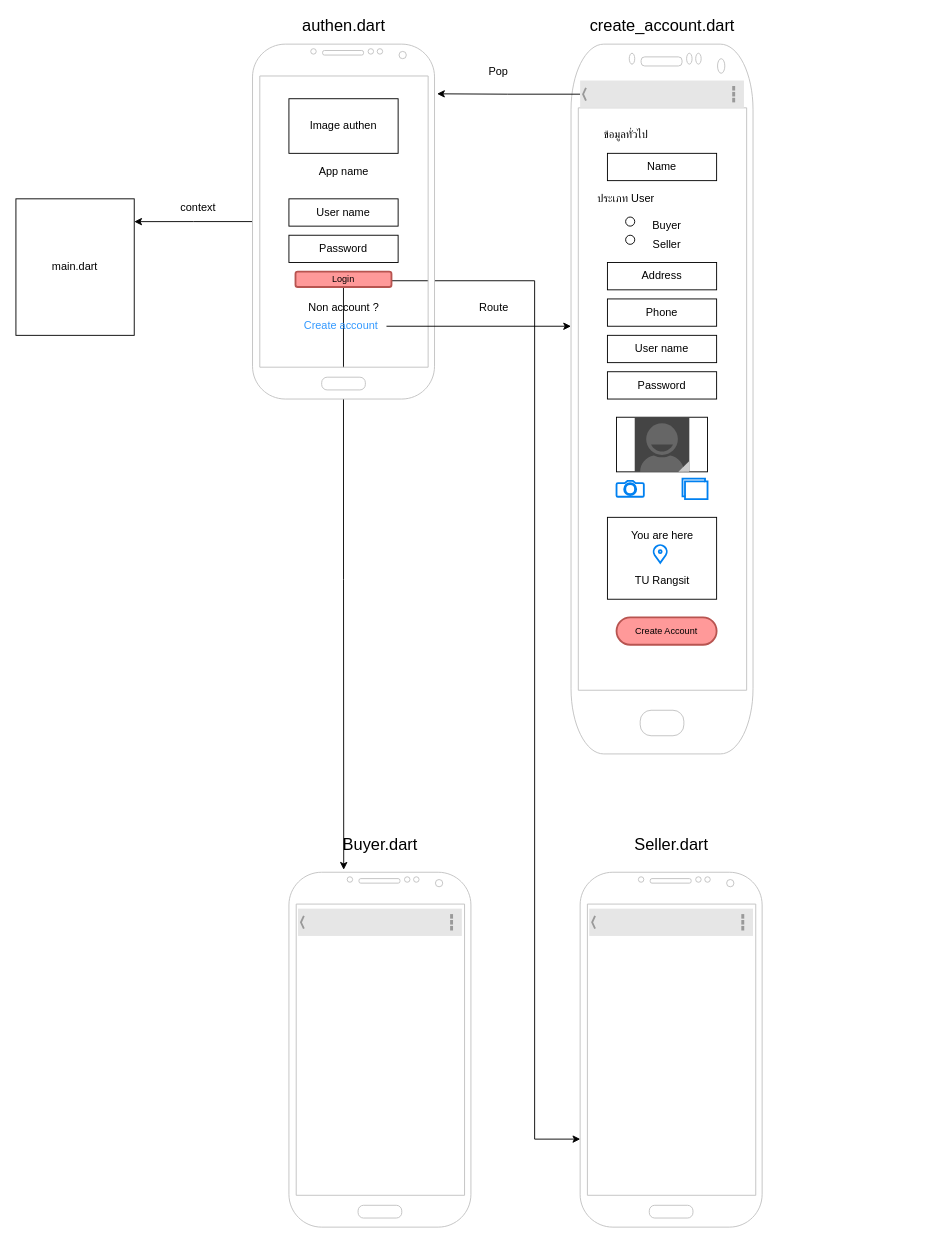
This is myfirstpro.drawio from 648253/tu2hand, a draw.io file, before an edit. Source tidied: cells renumbered, new cells numbered last; positions are measured from the earlier drawing's top-left corner, leaving out a move shared by most shapes. Both pictures are drawn from the tidied source at 91%, with x=0, y=0 at pixel (15, 16).
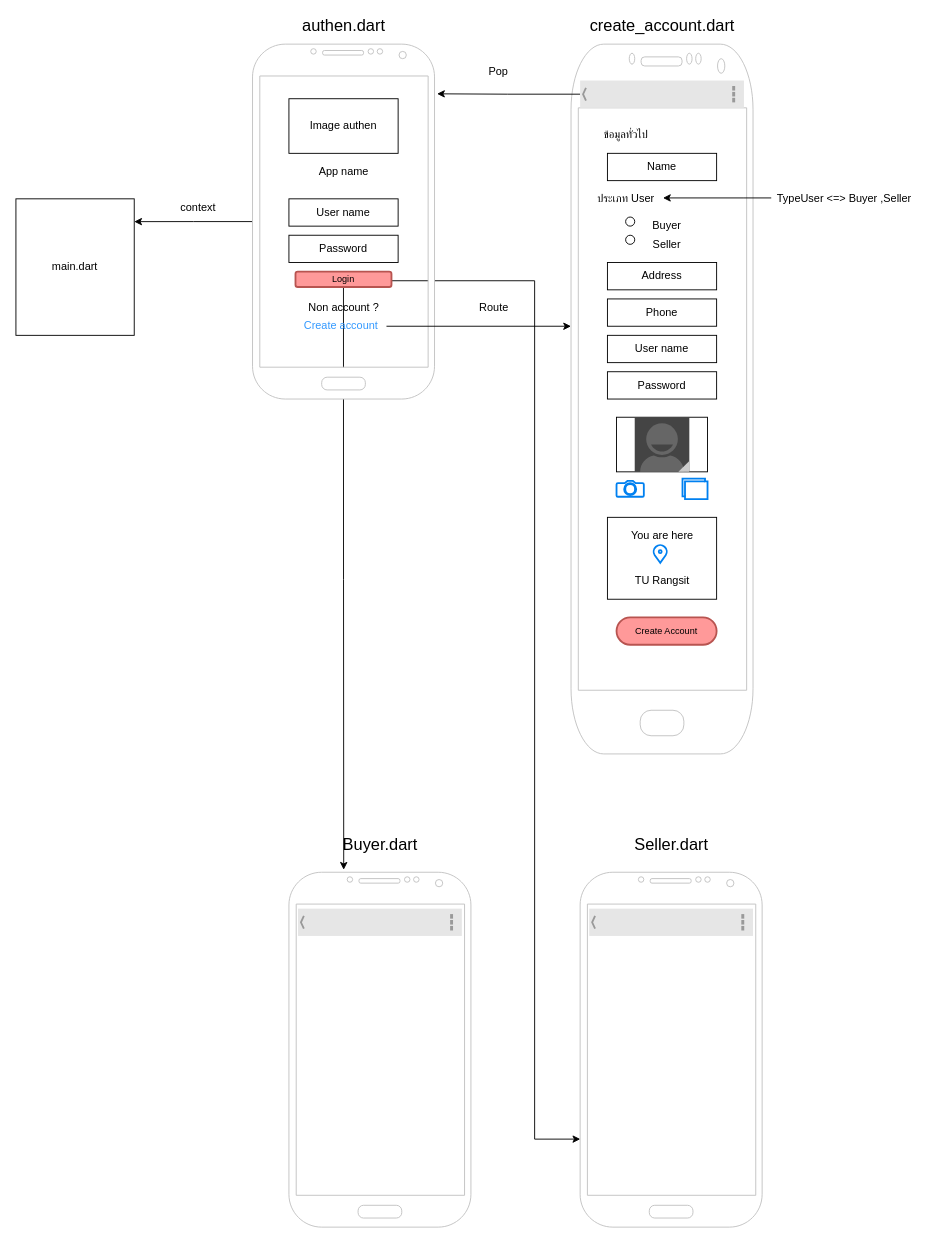
The same page after the edit.

Unchanged cells that the change refers to:
```xml
<mxCell id="32" value="ประเภท User" style="text;html=1;align=center;verticalAlign=middle;points=[];strokeColor=none;" parent="1" vertex="1">
  <mxGeometry x="630" y="190" width="80" height="20" as="geometry" />
</mxCell>
```

What changed in the source:
```diff
@@
+    <mxCell id="50" style="edgeStyle=orthogonalEdgeStyle;rounded=0;jettySize=auto;html=1;entryX=1.013;entryY=0.45;entryDx=0;entryDy=0;entryPerimeter=0;" parent="1" edge="1" source="51" target="32">
+      <mxGeometry relative="1" as="geometry">
+        <Array as="points">
+          <mxPoint x="800" y="199" />
+          <mxPoint x="800" y="199" />
+        </Array>
+      </mxGeometry>
+    </mxCell>
+    <mxCell id="51" value="TypeUser &amp;lt;=&amp;gt; Buyer ,Seller" style="text;html=1;align=center;verticalAlign=middle;points=[];strokeColor=none;fillColor=none;" parent="1" vertex="1">
+      <mxGeometry x="830" y="190" width="160" height="20" as="geometry" />
+    </mxCell>
```
